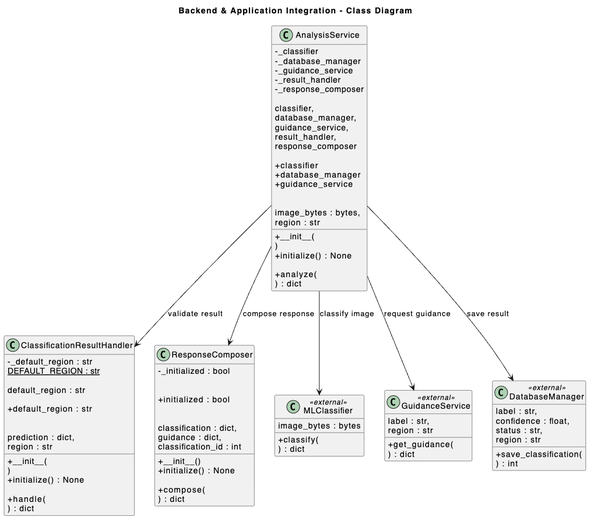
Before: docs/class_diagram_backend.png, a diagram exported from PlantUML (ChinniSaiteja/AI-Powered_Waste_Sorting_and_Recycling_Assistant_Team_26). Its source is kept beside it as docs/class_diagram_backend.puml. Source of this version:
```plantuml
@startuml

title Backend & Application Integration - Class Diagram

skinparam classAttributeIconSize 0
skinparam shadowing false
skinparam packageStyle rectangle

class AnalysisService {
    - _classifier
    - _database_manager
    - _guidance_service
    - _result_handler
    - _response_composer

    + __init__(
        classifier,
        database_manager,
        guidance_service,
        result_handler,
        response_composer
    )

    + classifier
    + database_manager
    + guidance_service

    + initialize() : None

    + analyze(
        image_bytes : bytes,
        region : str
    ) : dict
}

class ClassificationResultHandler {
    - _default_region : str
    {static} DEFAULT_REGION : str

    + __init__(
        default_region : str
    )

    + default_region : str

    + initialize() : None

    + handle(
        prediction : dict,
        region : str
    ) : dict
}

class ResponseComposer {
    - _initialized : bool

    + __init__()

    + initialized : bool

    + initialize() : None

    + compose(
        classification : dict,
        guidance : dict,
        classification_id : int
    ) : dict
}

class MLClassifier <<external>> {
    + classify(
        image_bytes : bytes
    ) : dict
}

class GuidanceService <<external>> {
    + get_guidance(
        label : str,
        region : str
    ) : dict
}

class DatabaseManager <<external>> {
    + save_classification(
        label : str,
        confidence : float,
        status : str,
        region : str
    ) : int
}

AnalysisService --> MLClassifier : classify image
AnalysisService --> ClassificationResultHandler : validate result
AnalysisService --> GuidanceService : request guidance
AnalysisService --> DatabaseManager : save result
AnalysisService --> ResponseComposer : compose response

@enduml
```
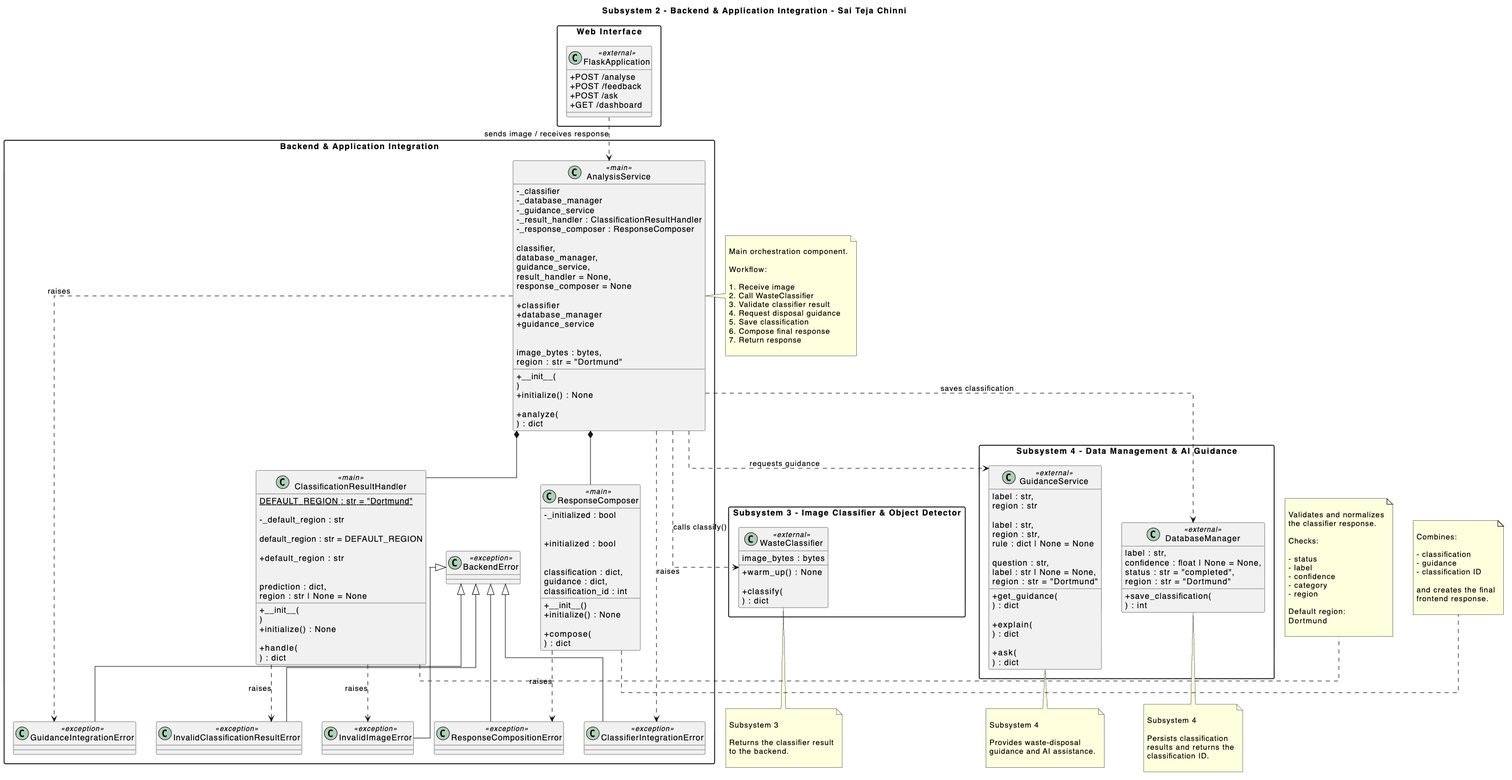
Later version of the same file.

Commit message:
Changed uml code

Change to the diagram source:
```diff
@@ -1,98 +1,275 @@
 @startuml
 
-title Backend & Application Integration - Class Diagram
+title Subsystem 2 - Backend & Application Integration - Sai Teja Chinni
 
 skinparam classAttributeIconSize 0
 skinparam shadowing false
 skinparam packageStyle rectangle
+skinparam linetype ortho
 
-class AnalysisService {
-    - _classifier
-    - _database_manager
-    - _guidance_service
-    - _result_handler
-    - _response_composer
 
-    + __init__(
-        classifier,
-        database_manager,
-        guidance_service,
-        result_handler,
-        response_composer
-    )
+package "Backend & Application Integration" {
 
-    + classifier
-    + database_manager
-    + guidance_service
+    class AnalysisService <<main>> {
 
-    + initialize() : None
+        - _classifier
+        - _database_manager
+        - _guidance_service
+        - _result_handler : ClassificationResultHandler
+        - _response_composer : ResponseComposer
 
-    + analyze(
-        image_bytes : bytes,
-        region : str
-    ) : dict
+        + __init__(
+            classifier,
+            database_manager,
+            guidance_service,
+            result_handler = None,
+            response_composer = None
+        )
+
+        + classifier
+        + database_manager
+        + guidance_service
+
+        + initialize() : None
+
+        + analyze(
+            image_bytes : bytes,
+            region : str = "Dortmund"
+        ) : dict
+    }
+
+
+    class ClassificationResultHandler <<main>> {
+
+        {static} DEFAULT_REGION : str = "Dortmund"
+
+        - _default_region : str
+
+        + __init__(
+            default_region : str = DEFAULT_REGION
+        )
+
+        + default_region : str
+
+        + initialize() : None
+
+        + handle(
+            prediction : dict,
+            region : str | None = None
+        ) : dict
+    }
+
+
+    class ResponseComposer <<main>> {
+
+        - _initialized : bool
+
+        + __init__()
+
+        + initialized : bool
+
+        + initialize() : None
+
+        + compose(
+            classification : dict,
+            guidance : dict,
+            classification_id : int
+        ) : dict
+    }
+
+
+
+    class BackendError <<exception>> {
+    }
+
+    class ClassifierIntegrationError <<exception>> {
+    }
+
+    class InvalidImageError <<exception>> {
+    }
+
+    class InvalidClassificationResultError <<exception>> {
+    }
+
+    class GuidanceIntegrationError <<exception>> {
+    }
+
+    class ResponseCompositionError <<exception>> {
+    }
 }
 
-class ClassificationResultHandler {
-    - _default_region : str
-    {static} DEFAULT_REGION : str
 
-    + __init__(
-        default_region : str
-    )
 
-    + default_region : str
+package "Subsystem 3 - Image Classifier & Object Detector" {
 
-    + initialize() : None
+    class WasteClassifier <<external>> {
 
-    + handle(
-        prediction : dict,
-        region : str
-    ) : dict
+        + warm_up() : None
+
+        + classify(
+            image_bytes : bytes
+        ) : dict
+    }
 }
 
-class ResponseComposer {
-    - _initialized : bool
 
-    + __init__()
+package "Subsystem 4 - Data Management & AI Guidance" {
 
-    + initialized : bool
+    class GuidanceService <<external>> {
 
-    + initialize() : None
+        + get_guidance(
+            label : str,
+            region : str
+        ) : dict
 
-    + compose(
-        classification : dict,
-        guidance : dict,
-        classification_id : int
-    ) : dict
+        + explain(
+            label : str,
+            region : str,
+            rule : dict | None = None
+        ) : dict
+
+        + ask(
+            question : str,
+            label : str | None = None,
+            region : str = "Dortmund"
+        ) : dict
+    }
+
+
+    class DatabaseManager <<external>> {
+
+        + save_classification(
+            label : str,
+            confidence : float | None = None,
+            status : str = "completed",
+            region : str = "Dortmund"
+        ) : int
+    }
 }
 
-class MLClassifier <<external>> {
-    + classify(
-        image_bytes : bytes
-    ) : dict
+
+package "Web Interface" {
+
+    class FlaskApplication <<external>> {
+
+        + POST /analyse
+        + POST /feedback
+        + POST /ask
+        + GET /dashboard
+    }
 }
 
-class GuidanceService <<external>> {
-    + get_guidance(
-        label : str,
-        region : str
-    ) : dict
-}
 
-class DatabaseManager <<external>> {
-    + save_classification(
-        label : str,
-        confidence : float,
-        status : str,
-        region : str
-    ) : int
-}
 
-AnalysisService --> MLClassifier : classify image
-AnalysisService --> ClassificationResultHandler : validate result
-AnalysisService --> GuidanceService : request guidance
-AnalysisService --> DatabaseManager : save result
-AnalysisService --> ResponseComposer : compose response
+AnalysisService *-- ClassificationResultHandler
+AnalysisService *-- ResponseComposer
+
+
+
+AnalysisService ..> WasteClassifier : calls classify()
+AnalysisService ..> GuidanceService : requests guidance
+AnalysisService ..> DatabaseManager : saves classification
+
+FlaskApplication ..> AnalysisService : sends image / receives response
+
+
+
+BackendError <|-- ClassifierIntegrationError
+BackendError <|-- InvalidImageError
+BackendError <|-- InvalidClassificationResultError
+BackendError <|-- GuidanceIntegrationError
+BackendError <|-- ResponseCompositionError
+
+
+
+AnalysisService ..> ClassifierIntegrationError : raises
+AnalysisService ..> GuidanceIntegrationError : raises
+
+ClassificationResultHandler ..> InvalidImageError : raises
+ClassificationResultHandler ..> InvalidClassificationResultError : raises
+
+ResponseComposer ..> ResponseCompositionError : raises
+
+
+
+note right of AnalysisService
+
+Main orchestration component.
+
+Workflow:
+
+1. Receive image
+2. Call WasteClassifier
+3. Validate classifier result
+4. Request disposal guidance
+5. Save classification
+6. Compose final response
+7. Return response
+
+end note
+
+
+note right of ClassificationResultHandler
+
+Validates and normalizes
+the classifier response.
+
+Checks:
+
+- status
+- label
+- confidence
+- category
+- region
+
+Default region:
+Dortmund
+
+end note
+
+
+note right of ResponseComposer
+
+Combines:
+
+- classification
+- guidance
+- classification ID
+
+and creates the final
+frontend response.
+
+end note
+
+
+note bottom of WasteClassifier
+
+Subsystem 3
+
+Returns the classifier result
+to the backend.
+
+end note
+
+
+note bottom of GuidanceService
+
+Subsystem 4
+
+Provides waste-disposal
+guidance and AI assistance.
+
+end note
+
+
+note bottom of DatabaseManager
+
+Subsystem 4
+
+Persists classification
+results and returns the
+classification ID.
+
+end note
 
 @enduml
```
